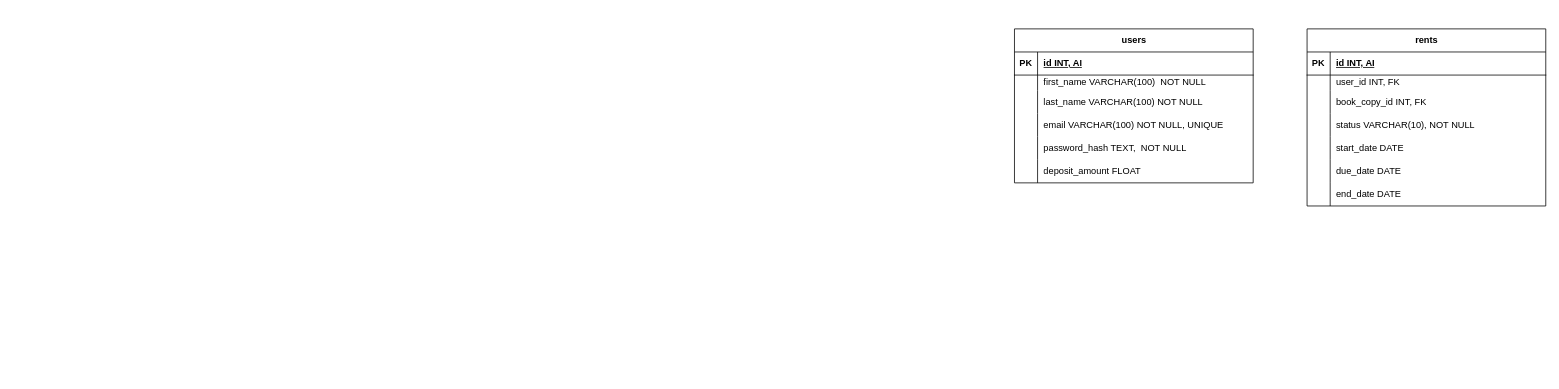
Before: miniproject.drawio in suryasaputra2016/YourFirstSite, a draw.io diagram. Source tidied: cells renumbered, new cells numbered last; positions are measured from the earlier drawing's top-left corner, leaving out a move shared by most shapes. Both pictures are drawn from the tidied source at 77%, with x=0, y=0 at pixel (1014, 28).
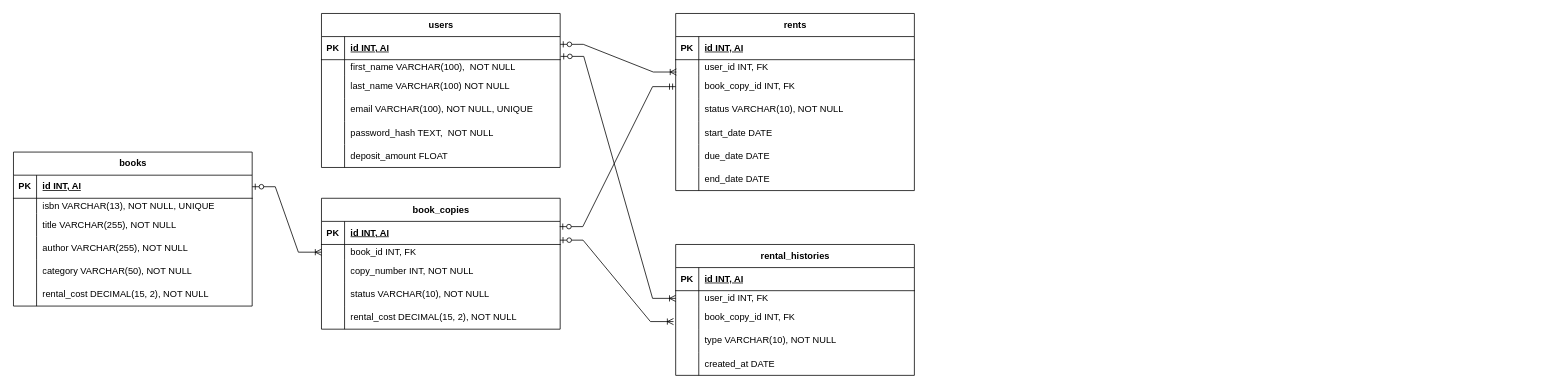
After the change.

Unchanged cells that the change refers to:
```xml
<mxCell id="3" style="shape=tableRow;horizontal=0;startSize=0;swimlaneHead=0;swimlaneBody=0;fillColor=none;points=[[0,0.5],[1,0.5]];portConstraint=eastwest;top=0;left=0;right=0;bottom=1;" parent="2" vertex="1">
  <mxGeometry y="30" width="310" height="30" as="geometry" />
</mxCell>
<mxCell id="6" style="shape=tableRow;horizontal=0;startSize=0;swimlaneHead=0;swimlaneBody=0;fillColor=none;top=0;left=0;right=0;bottom=0;" parent="2" vertex="1">
  <mxGeometry y="60" width="310" height="20" as="geometry" />
</mxCell>
<mxCell id="12" style="shape=tableRow;horizontal=0;startSize=0;swimlaneHead=0;swimlaneBody=0;fillColor=none;top=0;left=0;right=0;bottom=0;" parent="2" vertex="1">
  <mxGeometry y="110" width="310" height="30" as="geometry" />
</mxCell>
<mxCell id="25" style="shape=tableRow;horizontal=0;startSize=0;swimlaneHead=0;swimlaneBody=0;fillColor=none;points=[[0,0.5],[1,0.5]];portConstraint=eastwest;top=0;left=0;right=0;bottom=0;" parent="21" vertex="1">
  <mxGeometry y="60" width="310" height="20" as="geometry" />
</mxCell>
<mxCell id="28" style="shape=tableRow;horizontal=0;startSize=0;swimlaneHead=0;swimlaneBody=0;fillColor=none;points=[[0,0.5],[1,0.5]];portConstraint=eastwest;top=0;left=0;right=0;bottom=0;" parent="21" vertex="1">
  <mxGeometry y="80" width="310" height="30" as="geometry" />
</mxCell>
```

Change to the diagram source:
```diff
@@
     <mxCell id="2" value="users" style="shape=table;startSize=30;childLayout=tableLayout;rowLines=0;fontStyle=1;align=center;html=1;" parent="1" vertex="1">
-      <mxGeometry width="310" height="200" as="geometry" />
+      <mxGeometry x="-900" y="-20" width="310" height="200" as="geometry" />
     </mxCell>
@@
-    <mxCell id="8" value="first_name VARCHAR(100)&amp;nbsp;&amp;nbsp;NOT NULL" style="shape=partialRectangle;fillColor=none;top=0;left=0;bottom=0;right=0;align=left;spacingLeft=6;overflow=hidden;whiteSpace=wrap;html=1;" parent="6" vertex="1">
+    <mxCell id="8" value="first_name VARCHAR(100), &amp;nbsp;NOT NULL" style="shape=partialRectangle;fillColor=none;top=0;left=0;bottom=0;right=0;align=left;spacingLeft=6;overflow=hidden;whiteSpace=wrap;html=1;" parent="6" vertex="1">
       <mxGeometry x="30" width="280" height="20" as="geometry" />
     </mxCell>
@@
-    <mxCell id="14" value="email VARCHAR(100) NOT NULL, UNIQUE" style="shape=partialRectangle;fillColor=none;top=0;left=0;bottom=0;right=0;align=left;spacingLeft=6;overflow=hidden;whiteSpace=wrap;html=1;" parent="12" vertex="1">
+    <mxCell id="14" value="email VARCHAR(100), NOT NULL, UNIQUE" style="shape=partialRectangle;fillColor=none;top=0;left=0;bottom=0;right=0;align=left;spacingLeft=6;overflow=hidden;whiteSpace=wrap;html=1;" parent="12" vertex="1">
       <mxGeometry x="30" width="280" height="30" as="geometry" />
     </mxCell>
@@
     <mxCell id="21" value="rents" style="shape=table;startSize=30;childLayout=tableLayout;rowLines=0;fontStyle=1;align=center;html=1;" parent="1" vertex="1">
-      <mxGeometry x="380" width="310" height="230" as="geometry" />
+      <mxGeometry x="-440" y="-20" width="310" height="230" as="geometry" />
     </mxCell>
@@
+    <mxCell id="43" value="books" style="shape=table;startSize=30;childLayout=tableLayout;rowLines=0;fontStyle=1;align=center;html=1;" parent="1" vertex="1">
+      <mxGeometry x="-1300" y="160" width="310" height="200" as="geometry" />
+    </mxCell>
+    <mxCell id="44" style="shape=tableRow;horizontal=0;startSize=0;swimlaneHead=0;swimlaneBody=0;fillColor=none;points=[[0,0.5],[1,0.5]];portConstraint=eastwest;top=0;left=0;right=0;bottom=1;" parent="43" vertex="1">
+      <mxGeometry y="30" width="310" height="30" as="geometry" />
+    </mxCell>
+    <mxCell id="45" value="PK" style="shape=partialRectangle;fillColor=none;top=0;left=0;bottom=0;right=0;fontStyle=1;overflow=hidden;whiteSpace=wrap;html=1;" parent="44" vertex="1">
+      <mxGeometry width="30" height="30" as="geometry" />
+    </mxCell>
+    <mxCell id="46" value="id INT, AI" style="shape=partialRectangle;fillColor=none;top=0;left=0;bottom=0;right=0;align=left;spacingLeft=6;fontStyle=5;overflow=hidden;whiteSpace=wrap;html=1;" parent="44" vertex="1">
+      <mxGeometry x="30" width="280" height="30" as="geometry" />
+    </mxCell>
+    <mxCell id="47" style="shape=tableRow;horizontal=0;startSize=0;swimlaneHead=0;swimlaneBody=0;fillColor=none;top=0;left=0;right=0;bottom=0;" parent="43" vertex="1">
+      <mxGeometry y="60" width="310" height="20" as="geometry" />
+    </mxCell>
+    <mxCell id="48" style="shape=partialRectangle;fillColor=none;top=0;left=0;bottom=0;right=0;overflow=hidden;whiteSpace=wrap;html=1;" parent="47" vertex="1">
+      <mxGeometry width="30" height="20" as="geometry" />
+    </mxCell>
+    <mxCell id="49" value="isbn VARCHAR(13), NOT NULL, UNIQUE" style="shape=partialRectangle;fillColor=none;top=0;left=0;bottom=0;right=0;align=left;spacingLeft=6;overflow=hidden;whiteSpace=wrap;html=1;" parent="47" vertex="1">
+      <mxGeometry x="30" width="280" height="20" as="geometry" />
+    </mxCell>
+    <mxCell id="50" style="shape=tableRow;horizontal=0;startSize=0;swimlaneHead=0;swimlaneBody=0;fillColor=none;top=0;left=0;right=0;bottom=0;" parent="43" vertex="1">
+      <mxGeometry y="80" width="310" height="30" as="geometry" />
+    </mxCell>
+    <mxCell id="51" style="shape=partialRectangle;fillColor=none;top=0;left=0;bottom=0;right=0;overflow=hidden;whiteSpace=wrap;html=1;" parent="50" vertex="1">
+      <mxGeometry width="30" height="30" as="geometry" />
+    </mxCell>
+    <mxCell id="52" value="title VARCHAR(255), NOT NULL" style="shape=partialRectangle;fillColor=none;top=0;left=0;bottom=0;right=0;align=left;spacingLeft=6;overflow=hidden;whiteSpace=wrap;html=1;" parent="50" vertex="1">
+      <mxGeometry x="30" width="280" height="30" as="geometry" />
+    </mxCell>
+    <mxCell id="53" style="shape=tableRow;horizontal=0;startSize=0;swimlaneHead=0;swimlaneBody=0;fillColor=none;top=0;left=0;right=0;bottom=0;" parent="43" vertex="1">
+      <mxGeometry y="110" width="310" height="30" as="geometry" />
+    </mxCell>
+    <mxCell id="54" style="shape=partialRectangle;fillColor=none;top=0;left=0;bottom=0;right=0;overflow=hidden;whiteSpace=wrap;html=1;" parent="53" vertex="1">
+      <mxGeometry width="30" height="30" as="geometry" />
+    </mxCell>
+    <mxCell id="55" value="author VARCHAR(255), NOT NULL" style="shape=partialRectangle;fillColor=none;top=0;left=0;bottom=0;right=0;align=left;spacingLeft=6;overflow=hidden;whiteSpace=wrap;html=1;" parent="53" vertex="1">
+      <mxGeometry x="30" width="280" height="30" as="geometry" />
+    </mxCell>
+    <mxCell id="56" style="shape=tableRow;horizontal=0;startSize=0;swimlaneHead=0;swimlaneBody=0;fillColor=none;top=0;left=0;right=0;bottom=0;" parent="43" vertex="1">
+      <mxGeometry y="140" width="310" height="30" as="geometry" />
+    </mxCell>
+    <mxCell id="57" style="shape=partialRectangle;fillColor=none;top=0;left=0;bottom=0;right=0;overflow=hidden;whiteSpace=wrap;html=1;" parent="56" vertex="1">
+      <mxGeometry width="30" height="30" as="geometry" />
+    </mxCell>
+    <mxCell id="58" value="category VARCHAR(50), NOT NULL" style="shape=partialRectangle;fillColor=none;top=0;left=0;bottom=0;right=0;align=left;spacingLeft=6;overflow=hidden;whiteSpace=wrap;html=1;" parent="56" vertex="1">
+      <mxGeometry x="30" width="280" height="30" as="geometry" />
+    </mxCell>
+    <mxCell id="59" style="shape=tableRow;horizontal=0;startSize=0;swimlaneHead=0;swimlaneBody=0;fillColor=none;top=0;left=0;right=0;bottom=0;" parent="43" vertex="1">
+      <mxGeometry y="170" width="310" height="30" as="geometry" />
+    </mxCell>
+    <mxCell id="60" style="shape=partialRectangle;fillColor=none;top=0;left=0;bottom=0;right=0;overflow=hidden;whiteSpace=wrap;html=1;" parent="59" vertex="1">
+      <mxGeometry width="30" height="30" as="geometry" />
+    </mxCell>
+    <mxCell id="61" value="rental_cost DECIMAL(15, 2), NOT NULL" style="shape=partialRectangle;fillColor=none;top=0;left=0;bottom=0;right=0;align=left;spacingLeft=6;overflow=hidden;whiteSpace=wrap;html=1;" parent="59" vertex="1">
+      <mxGeometry x="30" width="280" height="30" as="geometry" />
+    </mxCell>
+    <mxCell id="62" value="book_copies" style="shape=table;startSize=30;childLayout=tableLayout;rowLines=0;fontStyle=1;align=center;html=1;" parent="1" vertex="1">
+      <mxGeometry x="-900" y="220" width="310" height="170" as="geometry" />
+    </mxCell>
+    <mxCell id="63" style="shape=tableRow;horizontal=0;startSize=0;swimlaneHead=0;swimlaneBody=0;fillColor=none;points=[[0,0.5],[1,0.5]];portConstraint=eastwest;top=0;left=0;right=0;bottom=1;" parent="62" vertex="1">
+      <mxGeometry y="30" width="310" height="30" as="geometry" />
+    </mxCell>
+    <mxCell id="64" value="PK" style="shape=partialRectangle;fillColor=none;top=0;left=0;bottom=0;right=0;fontStyle=1;overflow=hidden;whiteSpace=wrap;html=1;" parent="63" vertex="1">
+      <mxGeometry width="30" height="30" as="geometry" />
+    </mxCell>
+    <mxCell id="65" value="id INT, AI" style="shape=partialRectangle;fillColor=none;top=0;left=0;bottom=0;right=0;align=left;spacingLeft=6;fontStyle=5;overflow=hidden;whiteSpace=wrap;html=1;" parent="63" vertex="1">
+      <mxGeometry x="30" width="280" height="30" as="geometry" />
+    </mxCell>
+    <mxCell id="66" style="shape=tableRow;horizontal=0;startSize=0;swimlaneHead=0;swimlaneBody=0;fillColor=none;points=[[0,0.5],[1,0.5]];portConstraint=eastwest;top=0;left=0;right=0;bottom=0;" parent="62" vertex="1">
+      <mxGeometry y="60" width="310" height="20" as="geometry" />
+    </mxCell>
+    <mxCell id="67" style="shape=partialRectangle;fillColor=none;top=0;left=0;bottom=0;right=0;overflow=hidden;whiteSpace=wrap;html=1;" parent="66" vertex="1">
+      <mxGeometry width="30" height="20" as="geometry" />
+    </mxCell>
+    <mxCell id="68" value="book_id INT, FK" style="shape=partialRectangle;fillColor=none;top=0;left=0;bottom=0;right=0;align=left;spacingLeft=6;overflow=hidden;whiteSpace=wrap;html=1;" parent="66" vertex="1">
+      <mxGeometry x="30" width="280" height="20" as="geometry" />
+    </mxCell>
+    <mxCell id="69" style="shape=tableRow;horizontal=0;startSize=0;swimlaneHead=0;swimlaneBody=0;fillColor=none;top=0;left=0;right=0;bottom=0;" parent="62" vertex="1">
+      <mxGeometry y="80" width="310" height="30" as="geometry" />
+    </mxCell>
+    <mxCell id="70" style="shape=partialRectangle;fillColor=none;top=0;left=0;bottom=0;right=0;overflow=hidden;whiteSpace=wrap;html=1;" parent="69" vertex="1">
+      <mxGeometry width="30" height="30" as="geometry" />
+    </mxCell>
+    <mxCell id="71" value="copy_number INT, NOT NULL" style="shape=partialRectangle;fillColor=none;top=0;left=0;bottom=0;right=0;align=left;spacingLeft=6;overflow=hidden;whiteSpace=wrap;html=1;" parent="69" vertex="1">
+      <mxGeometry x="30" width="280" height="30" as="geometry" />
+    </mxCell>
+    <mxCell id="72" style="shape=tableRow;horizontal=0;startSize=0;swimlaneHead=0;swimlaneBody=0;fillColor=none;top=0;left=0;right=0;bottom=0;" parent="62" vertex="1">
+      <mxGeometry y="110" width="310" height="30" as="geometry" />
+    </mxCell>
+    <mxCell id="73" style="shape=partialRectangle;fillColor=none;top=0;left=0;bottom=0;right=0;overflow=hidden;whiteSpace=wrap;html=1;" parent="72" vertex="1">
+      <mxGeometry width="30" height="30" as="geometry" />
+    </mxCell>
+    <mxCell id="74" value="status VARCHAR(10), NOT NULL" style="shape=partialRectangle;fillColor=none;top=0;left=0;bottom=0;right=0;align=left;spacingLeft=6;overflow=hidden;whiteSpace=wrap;html=1;" parent="72" vertex="1">
+      <mxGeometry x="30" width="280" height="30" as="geometry" />
+    </mxCell>
+    <mxCell id="75" style="shape=tableRow;horizontal=0;startSize=0;swimlaneHead=0;swimlaneBody=0;fillColor=none;top=0;left=0;right=0;bottom=0;" parent="62" vertex="1">
+      <mxGeometry y="140" width="310" height="30" as="geometry" />
+    </mxCell>
+    <mxCell id="76" style="shape=partialRectangle;fillColor=none;top=0;left=0;bottom=0;right=0;overflow=hidden;whiteSpace=wrap;html=1;" parent="75" vertex="1">
+      <mxGeometry width="30" height="30" as="geometry" />
+    </mxCell>
+    <mxCell id="77" value="rental_cost DECIMAL(15, 2), NOT NULL" style="shape=partialRectangle;fillColor=none;top=0;left=0;bottom=0;right=0;align=left;spacingLeft=6;overflow=hidden;whiteSpace=wrap;html=1;" parent="75" vertex="1">
+      <mxGeometry x="30" width="280" height="30" as="geometry" />
+    </mxCell>
+    <mxCell id="78" value="rental_histories" style="shape=table;startSize=30;childLayout=tableLayout;rowLines=0;fontStyle=1;align=center;html=1;" parent="1" vertex="1">
+      <mxGeometry x="-440" y="280" width="310" height="170" as="geometry" />
+    </mxCell>
+    <mxCell id="79" style="shape=tableRow;horizontal=0;startSize=0;swimlaneHead=0;swimlaneBody=0;fillColor=none;top=0;left=0;right=0;bottom=1;" parent="78" vertex="1">
+      <mxGeometry y="30" width="310" height="30" as="geometry" />
+    </mxCell>
+    <mxCell id="80" value="PK" style="shape=partialRectangle;fillColor=none;top=0;left=0;bottom=0;right=0;fontStyle=1;overflow=hidden;whiteSpace=wrap;html=1;" parent="79" vertex="1">
+      <mxGeometry width="30" height="30" as="geometry" />
+    </mxCell>
+    <mxCell id="81" value="id INT, AI" style="shape=partialRectangle;fillColor=none;top=0;left=0;bottom=0;right=0;align=left;spacingLeft=6;fontStyle=5;overflow=hidden;whiteSpace=wrap;html=1;" parent="79" vertex="1">
+      <mxGeometry x="30" width="280" height="30" as="geometry" />
+    </mxCell>
+    <mxCell id="82" style="shape=tableRow;horizontal=0;startSize=0;swimlaneHead=0;swimlaneBody=0;fillColor=none;points=[[0,0.5],[1,0.5]];portConstraint=eastwest;top=0;left=0;right=0;bottom=0;" parent="78" vertex="1">
+      <mxGeometry y="60" width="310" height="20" as="geometry" />
+    </mxCell>
+    <mxCell id="83" style="shape=partialRectangle;fillColor=none;top=0;left=0;bottom=0;right=0;overflow=hidden;whiteSpace=wrap;html=1;" parent="82" vertex="1">
+      <mxGeometry width="30" height="20" as="geometry" />
+    </mxCell>
+    <mxCell id="84" value="user_id INT, FK" style="shape=partialRectangle;fillColor=none;top=0;left=0;bottom=0;right=0;align=left;spacingLeft=6;overflow=hidden;whiteSpace=wrap;html=1;" parent="82" vertex="1">
+      <mxGeometry x="30" width="280" height="20" as="geometry" />
+    </mxCell>
+    <mxCell id="85" style="shape=tableRow;horizontal=0;startSize=0;swimlaneHead=0;swimlaneBody=0;fillColor=none;points=[[0,0.5],[1,0.5]];portConstraint=eastwest;top=0;left=0;right=0;bottom=0;" parent="78" vertex="1">
+      <mxGeometry y="80" width="310" height="30" as="geometry" />
+    </mxCell>
+    <mxCell id="86" style="shape=partialRectangle;fillColor=none;top=0;left=0;bottom=0;right=0;overflow=hidden;whiteSpace=wrap;html=1;" parent="85" vertex="1">
+      <mxGeometry width="30" height="30" as="geometry" />
+    </mxCell>
+    <mxCell id="87" value="book_copy_id INT, FK" style="shape=partialRectangle;fillColor=none;top=0;left=0;bottom=0;right=0;align=left;spacingLeft=6;overflow=hidden;whiteSpace=wrap;html=1;" parent="85" vertex="1">
+      <mxGeometry x="30" width="280" height="30" as="geometry" />
+    </mxCell>
+    <mxCell id="88" style="shape=tableRow;horizontal=0;startSize=0;swimlaneHead=0;swimlaneBody=0;fillColor=none;top=0;left=0;right=0;bottom=0;" parent="78" vertex="1">
+      <mxGeometry y="110" width="310" height="30" as="geometry" />
+    </mxCell>
+    <mxCell id="89" style="shape=partialRectangle;fillColor=none;top=0;left=0;bottom=0;right=0;overflow=hidden;whiteSpace=wrap;html=1;" parent="88" vertex="1">
+      <mxGeometry width="30" height="30" as="geometry" />
+    </mxCell>
+    <mxCell id="90" value="type VARCHAR(10), NOT NULL" style="shape=partialRectangle;fillColor=none;top=0;left=0;bottom=0;right=0;align=left;spacingLeft=6;overflow=hidden;whiteSpace=wrap;html=1;" parent="88" vertex="1">
+      <mxGeometry x="30" width="280" height="30" as="geometry" />
+    </mxCell>
+    <mxCell id="91" style="shape=tableRow;horizontal=0;startSize=0;swimlaneHead=0;swimlaneBody=0;fillColor=none;top=0;left=0;right=0;bottom=0;" parent="78" vertex="1">
+      <mxGeometry y="140" width="310" height="30" as="geometry" />
+    </mxCell>
+    <mxCell id="92" style="shape=partialRectangle;fillColor=none;top=0;left=0;bottom=0;right=0;overflow=hidden;whiteSpace=wrap;html=1;" parent="91" vertex="1">
+      <mxGeometry width="30" height="30" as="geometry" />
+    </mxCell>
+    <mxCell id="93" value="created_at DATE" style="shape=partialRectangle;fillColor=none;top=0;left=0;bottom=0;right=0;align=left;spacingLeft=6;overflow=hidden;whiteSpace=wrap;html=1;" parent="91" vertex="1">
+      <mxGeometry x="30" width="280" height="30" as="geometry" />
+    </mxCell>
+    <mxCell id="94" style="edgeStyle=entityRelationEdgeStyle;fontSize=12;html=1;endArrow=ERoneToMany;startArrow=ERzeroToOne;rounded=0;exitX=1;exitY=0.5;exitDx=0;exitDy=0;entryX=0;entryY=0.5;entryDx=0;entryDy=0;" parent="1" edge="1" source="44" target="66">
+      <mxGeometry relative="1" as="geometry">
+        <Array as="points">
+          <mxPoint x="-980" y="220" />
+        </Array>
+      </mxGeometry>
+    </mxCell>
+    <mxCell id="95" style="edgeStyle=entityRelationEdgeStyle;fontSize=12;html=1;endArrow=ERoneToMany;startArrow=ERzeroToOne;rounded=0;exitX=1;exitY=0.336;exitDx=0;exitDy=0;entryX=0.003;entryY=0.802;entryDx=0;entryDy=0;entryPerimeter=0;exitPerimeter=0;" parent="1" edge="1" source="3" target="25">
+      <mxGeometry relative="1" as="geometry">
+        <Array as="points">
+          <mxPoint x="-510" y="395" />
+        </Array>
+      </mxGeometry>
+    </mxCell>
+    <mxCell id="96" style="edgeStyle=entityRelationEdgeStyle;fontSize=12;html=1;endArrow=ERoneToMany;startArrow=ERzeroToOne;rounded=0;entryX=0;entryY=0.5;entryDx=0;entryDy=0;exitX=1.002;exitY=0.858;exitDx=0;exitDy=0;exitPerimeter=0;" parent="1" edge="1" source="3" target="82">
+      <mxGeometry relative="1" as="geometry">
+        <Array as="points">
+          <mxPoint x="-500" y="405" />
+        </Array>
+      </mxGeometry>
+    </mxCell>
+    <mxCell id="97" style="edgeStyle=entityRelationEdgeStyle;fontSize=12;html=1;endArrow=ERoneToMany;startArrow=ERzeroToOne;rounded=0;entryX=-0.009;entryY=0.671;entryDx=0;entryDy=0;entryPerimeter=0;exitX=0.999;exitY=0.813;exitDx=0;exitDy=0;exitPerimeter=0;" parent="1" edge="1" source="63" target="85">
+      <mxGeometry relative="1" as="geometry">
+        <Array as="points">
+          <mxPoint x="-490" y="415" />
+        </Array>
+      </mxGeometry>
+    </mxCell>
+    <mxCell id="98" style="edgeStyle=entityRelationEdgeStyle;fontSize=12;html=1;endArrow=ERzeroToOne;startArrow=ERmandOne;rounded=0;entryX=0.998;entryY=0.227;entryDx=0;entryDy=0;entryPerimeter=0;exitX=0;exitY=0.5;exitDx=0;exitDy=0;" parent="1" edge="1" source="28" target="63">
+      <mxGeometry relative="1" as="geometry" />
+    </mxCell>
```
